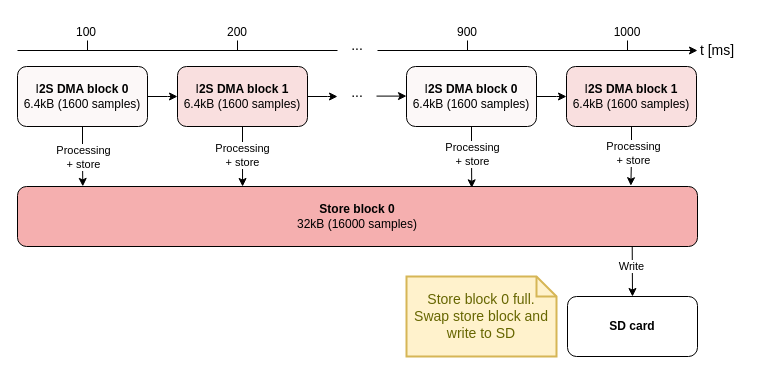
This is 01-Report/diagram/data-flow.drawio from DrinkDark/Master_TM_DataCollar, a draw.io file, before an edit. Source tidied: cells renumbered, new cells numbered last; positions are measured from the earlier drawing's top-left corner, leaving out a move shared by most shapes. Both pictures are drawn from the tidied source at 100%, with x=0, y=0 at pixel (17, 17).
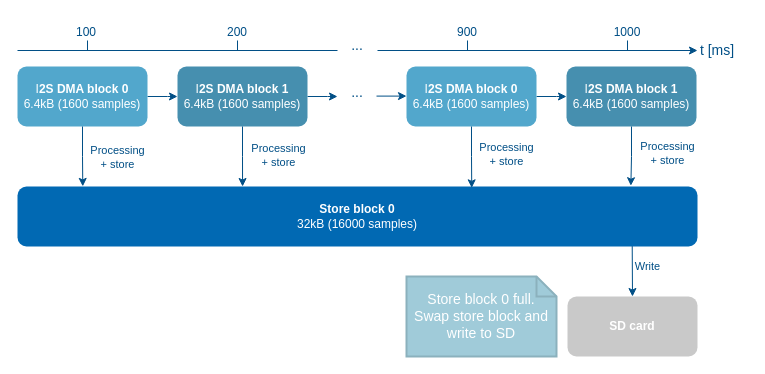
Above is the later version.

The edit, as a diff of the source:
```diff
@@
-    <mxCell id="2" style="edgeStyle=orthogonalEdgeStyle;rounded=0;jettySize=auto;html=1;" parent="1" edge="1" source="3">
+    <mxCell id="2" style="edgeStyle=orthogonalEdgeStyle;rounded=0;jettySize=auto;html=1;strokeColor=#014F86;" parent="1" edge="1" source="3">
       <mxGeometry relative="1" as="geometry">
         <mxPoint x="160" y="79" as="targetPoint" />
       </mxGeometry>
     </mxCell>
-    <mxCell id="3" value="I&lt;b&gt;2S DMA block 0&lt;/b&gt;&lt;br&gt;6.4kB (1600 samples)" style="rounded=1;whiteSpace=wrap;html=1;fillColor=#FCF8F8;" parent="1" vertex="1">
+    <mxCell id="3" value="I&lt;b&gt;2S DMA block 0&lt;/b&gt;&lt;br&gt;6.4kB (1600 samples)" style="rounded=1;whiteSpace=wrap;html=1;fillColor=#52A7CC;strokeColor=none;fontColor=#FFFFFF;" parent="1" vertex="1">
       <mxGeometry y="49" width="130" height="60" as="geometry" />
     </mxCell>
-    <mxCell id="4" style="edgeStyle=orthogonalEdgeStyle;rounded=0;jettySize=auto;html=1;" parent="1" edge="1" source="5">
+    <mxCell id="4" style="edgeStyle=orthogonalEdgeStyle;rounded=0;jettySize=auto;html=1;strokeColor=#014F86;" parent="1" edge="1" source="5">
       <mxGeometry relative="1" as="geometry">
         <mxPoint x="320" y="79" as="targetPoint" />
       </mxGeometry>
     </mxCell>
-    <mxCell id="5" value="I&lt;b&gt;2S DMA block 1&lt;/b&gt;&lt;br&gt;6.4kB (1600 samples)" style="rounded=1;whiteSpace=wrap;html=1;fillColor=#F9DFDF;" parent="1" vertex="1">
+    <mxCell id="5" value="I&lt;b&gt;2S DMA block 1&lt;/b&gt;&lt;br&gt;6.4kB (1600 samples)" style="rounded=1;whiteSpace=wrap;html=1;fillColor=#468FAF;fontColor=#FFFFFF;strokeColor=none;" parent="1" vertex="1">
       <mxGeometry x="160" y="49" width="130" height="60" as="geometry" />
     </mxCell>
-    <mxCell id="6" style="edgeStyle=orthogonalEdgeStyle;rounded=0;jettySize=auto;html=1;" parent="1" edge="1" source="7">
+    <mxCell id="6" style="edgeStyle=orthogonalEdgeStyle;rounded=0;jettySize=auto;html=1;labelBackgroundColor=none;strokeColor=#014F86;" parent="1" edge="1" source="7">
       <mxGeometry relative="1" as="geometry">
         <mxPoint x="549" y="79" as="targetPoint" />
       </mxGeometry>
     </mxCell>
-    <mxCell id="7" value="I&lt;b&gt;2S DMA block 0&lt;/b&gt;&lt;br&gt;6.4kB (1600 samples)" style="rounded=1;whiteSpace=wrap;html=1;fillColor=#FCF8F8;" parent="1" vertex="1">
+    <mxCell id="7" value="I&lt;b&gt;2S DMA block 0&lt;/b&gt;&lt;br&gt;6.4kB (1600 samples)" style="rounded=1;whiteSpace=wrap;html=1;fillColor=#52A7CC;strokeColor=none;fontColor=#FFFFFF;" parent="1" vertex="1">
       <mxGeometry x="389" y="49" width="130" height="60" as="geometry" />
     </mxCell>
-    <mxCell id="8" value="I&lt;b&gt;2S DMA block 1&lt;/b&gt;&lt;br&gt;6.4kB (1600 samples)" style="rounded=1;whiteSpace=wrap;html=1;fillColor=#F9DFDF;" parent="1" vertex="1">
+    <mxCell id="8" value="I&lt;b&gt;2S DMA block 1&lt;/b&gt;&lt;br&gt;6.4kB (1600 samples)" style="rounded=1;whiteSpace=wrap;html=1;fillColor=#468FAF;fontColor=#FFFFFF;strokeColor=none;" parent="1" vertex="1">
       <mxGeometry x="549" y="49" width="130" height="60" as="geometry" />
     </mxCell>
-    <mxCell id="9" style="edgeStyle=orthogonalEdgeStyle;rounded=0;orthogonalLoop=1;jettySize=auto;html=1;" parent="1" edge="1">
+    <mxCell id="9" style="edgeStyle=orthogonalEdgeStyle;rounded=0;orthogonalLoop=1;jettySize=auto;html=1;strokeColor=#014F86;" parent="1" edge="1">
       <mxGeometry relative="1" as="geometry">
         <mxPoint x="359" y="78.6" as="sourcePoint" />
         <mxPoint x="389" y="78.6" as="targetPoint" />
       </mxGeometry>
     </mxCell>
-    <mxCell id="10" value="&lt;font style=&quot;font-size: 14px;&quot;&gt;...&lt;/font&gt;" style="text;html=1;align=center;verticalAlign=middle;whiteSpace=wrap;rounded=0;" parent="1" vertex="1">
+    <mxCell id="10" value="&lt;font style=&quot;font-size: 14px;&quot;&gt;...&lt;/font&gt;" style="text;html=1;align=center;verticalAlign=middle;whiteSpace=wrap;rounded=0;strokeColor=none;fontColor=#014F86;" parent="1" vertex="1">
       <mxGeometry x="310" y="60" width="60" height="30" as="geometry" />
     </mxCell>
-    <mxCell id="11" value="&lt;b&gt;Store block 0&lt;/b&gt;&lt;br&gt;32kB (16000 samples)" style="rounded=1;whiteSpace=wrap;html=1;fillColor=#F5AFAF;" parent="1" vertex="1">
+    <mxCell id="11" value="&lt;b&gt;Store block 0&lt;/b&gt;&lt;br&gt;32kB (16000 samples)" style="rounded=1;whiteSpace=wrap;html=1;fillColor=#0169B3;strokeColor=none;fontColor=#FFFFFF;" parent="1" vertex="1">
       <mxGeometry y="169" width="680" height="60" as="geometry" />
     </mxCell>
-    <mxCell id="12" style="edgeStyle=orthogonalEdgeStyle;rounded=0;jettySize=auto;html=1;exitX=0.5;exitY=1;exitDx=0;exitDy=0;entryX=0.096;entryY=-0.002;entryDx=0;entryDy=0;entryPerimeter=0;" parent="1" edge="1" source="3" target="11">
+    <mxCell id="12" style="edgeStyle=orthogonalEdgeStyle;rounded=0;jettySize=auto;html=1;exitX=0.5;exitY=1;exitDx=0;exitDy=0;entryX=0.096;entryY=-0.002;entryDx=0;entryDy=0;entryPerimeter=0;strokeColor=#014F86;labelBackgroundColor=none;fontColor=#014F86;" parent="1" edge="1" source="3" target="11">
       <mxGeometry relative="1" as="geometry" />
     </mxCell>
-    <mxCell id="13" value="Processing &lt;br&gt;+ store" style="edgeLabel;html=1;align=center;verticalAlign=middle;" parent="12" vertex="1">
+    <mxCell id="13" value="Processing &lt;br&gt;+ store" style="edgeLabel;html=1;align=center;verticalAlign=middle;labelBackgroundColor=none;fontColor=#014F86;" parent="12" vertex="1">
       <mxGeometry x="-0.2" relative="1" as="geometry">
-        <mxPoint y="6" as="offset" />
+        <mxPoint x="34" y="6" as="offset" />
       </mxGeometry>
     </mxCell>
-    <mxCell id="14" style="edgeStyle=orthogonalEdgeStyle;rounded=0;jettySize=auto;html=1;exitX=0.5;exitY=1;exitDx=0;exitDy=0;entryX=0.331;entryY=0;entryDx=0;entryDy=0;entryPerimeter=0;" parent="1" edge="1" source="5" target="11">
+    <mxCell id="14" style="edgeStyle=orthogonalEdgeStyle;rounded=0;jettySize=auto;html=1;exitX=0.5;exitY=1;exitDx=0;exitDy=0;entryX=0.331;entryY=0;entryDx=0;entryDy=0;entryPerimeter=0;strokeColor=#014F86;labelBackgroundColor=none;fontColor=#014F86;" parent="1" edge="1" source="5" target="11">
       <mxGeometry relative="1" as="geometry" />
     </mxCell>
-    <mxCell id="15" value="&lt;span style=&quot;color: rgb(0, 0, 0); font-family: Helvetica; font-size: 11px; font-style: normal; font-variant-ligatures: normal; font-variant-caps: normal; font-weight: 400; letter-spacing: normal; orphans: 2; text-align: center; text-indent: 0px; text-transform: none; widows: 2; word-spacing: 0px; -webkit-text-stroke-width: 0px; white-space: nowrap; background-color: rgb(255, 255, 255); text-decoration-thickness: initial; text-decoration-style: initial; text-decoration-color: initial; display: inline !important; float: none;&quot;&gt;Processing &lt;br&gt;+ store&lt;/span&gt;" style="edgeLabel;html=1;align=center;verticalAlign=middle;" parent="14" vertex="1">
-      <mxGeometry x="-0.06" y="-1" relative="1" as="geometry" />
+    <mxCell id="15" value="&lt;span style=&quot;font-family: Helvetica; font-size: 11px; font-style: normal; font-variant-ligatures: normal; font-variant-caps: normal; font-weight: 400; letter-spacing: normal; orphans: 2; text-align: center; text-indent: 0px; text-transform: none; widows: 2; word-spacing: 0px; -webkit-text-stroke-width: 0px; white-space: nowrap; text-decoration-thickness: initial; text-decoration-style: initial; text-decoration-color: initial; float: none; display: inline !important;&quot;&gt;Processing &lt;br&gt;+ store&lt;/span&gt;" style="edgeLabel;html=1;align=center;verticalAlign=middle;labelBackgroundColor=none;fontColor=#014F86;" parent="14" vertex="1">
+      <mxGeometry x="-0.06" y="-1" relative="1" as="geometry">
+        <mxPoint x="36" as="offset" />
+      </mxGeometry>
     </mxCell>
-    <mxCell id="16" style="edgeStyle=orthogonalEdgeStyle;rounded=0;jettySize=auto;html=1;exitX=0.5;exitY=1;exitDx=0;exitDy=0;entryX=0.668;entryY=0.022;entryDx=0;entryDy=0;entryPerimeter=0;" parent="1" edge="1" source="7" target="11">
+    <mxCell id="16" style="edgeStyle=orthogonalEdgeStyle;rounded=0;jettySize=auto;html=1;exitX=0.5;exitY=1;exitDx=0;exitDy=0;entryX=0.668;entryY=0.022;entryDx=0;entryDy=0;entryPerimeter=0;strokeColor=#014F86;labelBackgroundColor=none;fontColor=#014F86;" parent="1" edge="1" source="7" target="11">
       <mxGeometry relative="1" as="geometry" />
     </mxCell>
-    <mxCell id="17" value="&lt;span style=&quot;color: rgb(0, 0, 0); font-family: Helvetica; font-size: 11px; font-style: normal; font-variant-ligatures: normal; font-variant-caps: normal; font-weight: 400; letter-spacing: normal; orphans: 2; text-align: center; text-indent: 0px; text-transform: none; widows: 2; word-spacing: 0px; -webkit-text-stroke-width: 0px; white-space: nowrap; background-color: rgb(255, 255, 255); text-decoration-thickness: initial; text-decoration-style: initial; text-decoration-color: initial; display: inline !important; float: none;&quot;&gt;Processing &lt;br&gt;+ store&lt;/span&gt;" style="edgeLabel;html=1;align=center;verticalAlign=middle;" parent="16" vertex="1">
+    <mxCell id="17" value="&lt;span style=&quot;font-family: Helvetica; font-size: 11px; font-style: normal; font-variant-ligatures: normal; font-variant-caps: normal; font-weight: 400; letter-spacing: normal; orphans: 2; text-align: center; text-indent: 0px; text-transform: none; widows: 2; word-spacing: 0px; -webkit-text-stroke-width: 0px; white-space: nowrap; text-decoration-thickness: initial; text-decoration-style: initial; text-decoration-color: initial; float: none; display: inline !important;&quot;&gt;Processing &lt;br&gt;+ store&lt;/span&gt;" style="edgeLabel;html=1;align=center;verticalAlign=middle;labelBackgroundColor=none;fontColor=#014F86;" parent="16" vertex="1">
       <mxGeometry x="-0.08" relative="1" as="geometry">
-        <mxPoint y="-1" as="offset" />
+        <mxPoint x="34" y="-1" as="offset" />
       </mxGeometry>
     </mxCell>
-    <mxCell id="18" style="edgeStyle=orthogonalEdgeStyle;rounded=0;jettySize=auto;html=1;exitX=0.5;exitY=1;exitDx=0;exitDy=0;entryX=0.902;entryY=-0.013;entryDx=0;entryDy=0;entryPerimeter=0;" parent="1" edge="1" source="8" target="11">
+    <mxCell id="18" style="edgeStyle=orthogonalEdgeStyle;rounded=0;jettySize=auto;html=1;exitX=0.5;exitY=1;exitDx=0;exitDy=0;entryX=0.902;entryY=-0.013;entryDx=0;entryDy=0;entryPerimeter=0;strokeColor=#014F86;labelBackgroundColor=none;fontColor=#014F86;" parent="1" edge="1" source="8" target="11">
       <mxGeometry relative="1" as="geometry" />
     </mxCell>
-    <mxCell id="19" value="&lt;span style=&quot;color: rgb(0, 0, 0); font-family: Helvetica; font-size: 11px; font-style: normal; font-variant-ligatures: normal; font-variant-caps: normal; font-weight: 400; letter-spacing: normal; orphans: 2; text-align: center; text-indent: 0px; text-transform: none; widows: 2; word-spacing: 0px; -webkit-text-stroke-width: 0px; white-space: nowrap; background-color: rgb(255, 255, 255); text-decoration-thickness: initial; text-decoration-style: initial; text-decoration-color: initial; display: inline !important; float: none;&quot;&gt;Processing &lt;br&gt;+ store&lt;/span&gt;" style="edgeLabel;html=1;align=center;verticalAlign=middle;" parent="18" vertex="1">
-      <mxGeometry x="-0.12" y="1" relative="1" as="geometry" />
+    <mxCell id="19" value="&lt;span style=&quot;font-family: Helvetica; font-size: 11px; font-style: normal; font-variant-ligatures: normal; font-variant-caps: normal; font-weight: 400; letter-spacing: normal; orphans: 2; text-align: center; text-indent: 0px; text-transform: none; widows: 2; word-spacing: 0px; -webkit-text-stroke-width: 0px; white-space: nowrap; text-decoration-thickness: initial; text-decoration-style: initial; text-decoration-color: initial; float: none; display: inline !important;&quot;&gt;Processing &lt;br&gt;+ store&lt;/span&gt;" style="edgeLabel;html=1;align=center;verticalAlign=middle;labelBackgroundColor=none;fontColor=#014F86;" parent="18" vertex="1">
+      <mxGeometry x="-0.12" y="1" relative="1" as="geometry">
+        <mxPoint x="34" as="offset" />
+      </mxGeometry>
     </mxCell>
-    <mxCell id="20" style="endArrow=none;html=1;rounded=0;" parent="1" edge="1">
+    <mxCell id="20" style="endArrow=none;html=1;rounded=0;strokeColor=#014F86;labelBackgroundColor=none;fontColor=#014F86;" parent="1" edge="1">
       <mxGeometry relative="1" as="geometry">
         <mxPoint x="70" y="23" as="sourcePoint" />
         <mxPoint x="70" y="33" as="targetPoint" />
       </mxGeometry>
     </mxCell>
-    <mxCell id="21" style="endArrow=none;html=1;rounded=0;" parent="1" edge="1">
+    <mxCell id="21" style="endArrow=none;html=1;rounded=0;strokeColor=#014F86;labelBackgroundColor=none;fontColor=#014F86;" parent="1" edge="1">
       <mxGeometry relative="1" as="geometry">
         <mxPoint x="220" y="23" as="sourcePoint" />
         <mxPoint x="220" y="33" as="targetPoint" />
       </mxGeometry>
     </mxCell>
-    <mxCell id="22" style="endArrow=none;html=1;rounded=0;" parent="1" edge="1">
+    <mxCell id="22" style="endArrow=none;html=1;rounded=0;strokeColor=#014F86;labelBackgroundColor=none;fontColor=#014F86;" parent="1" edge="1">
       <mxGeometry relative="1" as="geometry">
         <mxPoint x="450" y="33" as="sourcePoint" />
         <mxPoint x="450" y="23" as="targetPoint" />
       </mxGeometry>
     </mxCell>
-    <mxCell id="23" style="endArrow=none;html=1;rounded=0;" parent="1" edge="1">
+    <mxCell id="23" style="endArrow=none;html=1;rounded=0;strokeColor=#014F86;labelBackgroundColor=none;fontColor=#014F86;" parent="1" edge="1">
       <mxGeometry relative="1" as="geometry">
         <mxPoint x="610" y="33" as="sourcePoint" />
         <mxPoint x="610" y="23" as="targetPoint" />
       </mxGeometry>
     </mxCell>
-    <mxCell id="24" style="endArrow=none;html=1;rounded=0;" parent="1" edge="1">
+    <mxCell id="24" style="endArrow=none;html=1;rounded=0;strokeColor=#014F86;labelBackgroundColor=none;fontColor=#014F86;" parent="1" edge="1">
       <mxGeometry relative="1" as="geometry">
         <mxPoint y="33" as="sourcePoint" />
         <mxPoint x="320" y="33" as="targetPoint" />
       </mxGeometry>
     </mxCell>
-    <mxCell id="25" style="endArrow=classic;html=1;rounded=0;" parent="1" edge="1">
+    <mxCell id="25" style="endArrow=classic;html=1;rounded=0;strokeColor=#014F86;labelBackgroundColor=none;fontColor=#014F86;" parent="1" edge="1">
       <mxGeometry relative="1" as="geometry">
         <mxPoint x="360" y="33" as="sourcePoint" />
         <mxPoint x="680" y="33" as="targetPoint" />
       </mxGeometry>
     </mxCell>
-    <mxCell id="26" value="&lt;font style=&quot;font-size: 14px;&quot;&gt;...&lt;/font&gt;" style="text;html=1;align=center;verticalAlign=middle;whiteSpace=wrap;rounded=0;" parent="1" vertex="1">
+    <mxCell id="26" value="&lt;font style=&quot;font-size: 14px;&quot;&gt;...&lt;/font&gt;" style="text;html=1;align=center;verticalAlign=middle;whiteSpace=wrap;rounded=0;strokeColor=none;labelBackgroundColor=none;fontColor=#014F86;" parent="1" vertex="1">
       <mxGeometry x="310" y="13" width="60" height="30" as="geometry" />
     </mxCell>
-    <mxCell id="27" value="&lt;font style=&quot;font-size: 14px;&quot;&gt;t [ms]&lt;/font&gt;" style="text;html=1;align=center;verticalAlign=middle;whiteSpace=wrap;rounded=0;" parent="1" vertex="1">
+    <mxCell id="27" value="&lt;font style=&quot;font-size: 14px;&quot;&gt;t [ms]&lt;/font&gt;" style="text;html=1;align=center;verticalAlign=middle;whiteSpace=wrap;rounded=0;fontColor=#014F86;" parent="1" vertex="1">
       <mxGeometry x="670" y="18" width="60" height="30" as="geometry" />
     </mxCell>
-    <mxCell id="28" value="100" style="text;html=1;align=center;verticalAlign=middle;whiteSpace=wrap;rounded=0;" parent="1" vertex="1">
+    <mxCell id="28" value="100" style="text;html=1;align=center;verticalAlign=middle;whiteSpace=wrap;rounded=0;strokeColor=none;labelBackgroundColor=none;fontColor=#014F86;" parent="1" vertex="1">
       <mxGeometry x="39" width="60" height="30" as="geometry" />
     </mxCell>
-    <mxCell id="29" value="200" style="text;html=1;align=center;verticalAlign=middle;whiteSpace=wrap;rounded=0;" parent="1" vertex="1">
+    <mxCell id="29" value="200" style="text;html=1;align=center;verticalAlign=middle;whiteSpace=wrap;rounded=0;strokeColor=none;labelBackgroundColor=none;fontColor=#014F86;" parent="1" vertex="1">
       <mxGeometry x="190" width="60" height="30" as="geometry" />
     </mxCell>
-    <mxCell id="30" value="900" style="text;html=1;align=center;verticalAlign=middle;whiteSpace=wrap;rounded=0;" parent="1" vertex="1">
+    <mxCell id="30" value="900" style="text;html=1;align=center;verticalAlign=middle;whiteSpace=wrap;rounded=0;strokeColor=none;labelBackgroundColor=none;fontColor=#014F86;" parent="1" vertex="1">
       <mxGeometry x="420" width="60" height="30" as="geometry" />
     </mxCell>
-    <mxCell id="31" value="1000" style="text;html=1;align=center;verticalAlign=middle;whiteSpace=wrap;rounded=0;" parent="1" vertex="1">
+    <mxCell id="31" value="1000" style="text;html=1;align=center;verticalAlign=middle;whiteSpace=wrap;rounded=0;strokeColor=none;labelBackgroundColor=none;fontColor=#014F86;" parent="1" vertex="1">
       <mxGeometry x="580" width="60" height="30" as="geometry" />
     </mxCell>
-    <mxCell id="32" value="&lt;b&gt;SD card&lt;/b&gt;" style="rounded=1;whiteSpace=wrap;html=1;fillColor=#FFFFFF;" parent="1" vertex="1">
+    <mxCell id="32" value="&lt;b&gt;SD card&lt;/b&gt;" style="rounded=1;whiteSpace=wrap;html=1;fillColor=#C9C9C9;strokeColor=none;fontColor=#FFFFFF;" parent="1" vertex="1">
       <mxGeometry x="550" y="279" width="130" height="60" as="geometry" />
     </mxCell>
-    <mxCell id="33" style="endArrow=classic;html=1;rounded=0;exitX=0.904;exitY=0.994;exitDx=0;exitDy=0;exitPerimeter=0;entryX=0.5;entryY=0;entryDx=0;entryDy=0;" parent="1" edge="1" source="11" target="32">
+    <mxCell id="33" style="endArrow=classic;html=1;rounded=0;exitX=0.904;exitY=0.994;exitDx=0;exitDy=0;exitPerimeter=0;entryX=0.5;entryY=0;entryDx=0;entryDy=0;strokeColor=#014F86;labelBackgroundColor=none;fontColor=#014F86;" parent="1" edge="1" source="11" target="32">
       <mxGeometry relative="1" as="geometry" />
     </mxCell>
-    <mxCell id="34" value="Write" style="edgeLabel;html=1;align=center;verticalAlign=middle;" parent="33" vertex="1">
-      <mxGeometry x="-0.2" y="-1" relative="1" as="geometry" />
+    <mxCell id="34" value="&lt;font color=&quot;#014f86&quot;&gt;Write&lt;/font&gt;" style="edgeLabel;html=1;align=center;verticalAlign=middle;labelBackgroundColor=none;" parent="33" vertex="1">
+      <mxGeometry x="-0.2" y="-1" relative="1" as="geometry">
+        <mxPoint x="16" as="offset" />
+      </mxGeometry>
     </mxCell>
-    <mxCell id="35" value="Store block 0 full.&lt;br&gt;Swap store block and write to SD" style="shape=note;strokeWidth=2;fontSize=14;size=20;whiteSpace=wrap;html=1;fillColor=#fff2cc;strokeColor=#d6b656;fontColor=#666600;" parent="1" vertex="1">
+    <mxCell id="35" value="Store block 0 full.&lt;br&gt;Swap store block and write to SD" style="shape=note;strokeWidth=2;fontSize=14;size=20;whiteSpace=wrap;html=1;fillColor=#A0CBD9;strokeColor=#8BB1BD;fontColor=#FFFFFF;" parent="1" vertex="1">
       <mxGeometry x="389" y="259" width="150" height="80" as="geometry" />
     </mxCell>
```
